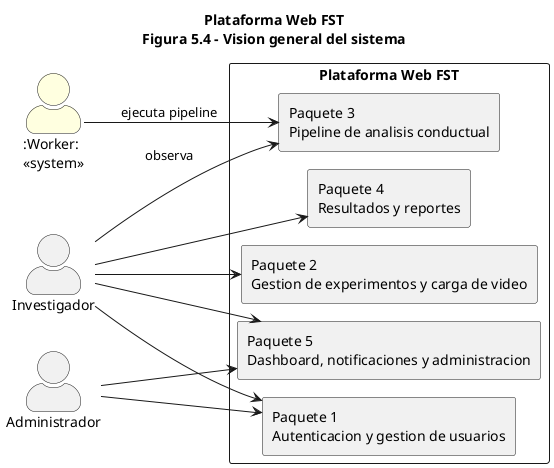
Before: figures/mermaid/cu_vision_general.png, a diagram exported from PlantUML (ErickJester/fst-ai-system-latex). Its diagram source:
```plantuml
@startuml
!pragma layout smetana
title Plataforma Web FST\nFigura 5.4 - Vision general del sistema
left to right direction
skinparam packageStyle rectangle
skinparam actorStyle awesome
skinparam usecase {
  BackgroundColor White
  BorderColor DarkSlateGray
}
actor "Investigador" as INV
actor "Administrador" as ADMIN
actor ":Worker:\n<<system>>" as WRK #LightYellow
rectangle "Plataforma Web FST" {
  rectangle "Paquete 1\nAutenticacion y gestion de usuarios" as P1
  rectangle "Paquete 2\nGestion de experimentos y carga de video" as P2
  rectangle "Paquete 3\nPipeline de analisis conductual" as P3
  rectangle "Paquete 4\nResultados y reportes" as P4
  rectangle "Paquete 5\nDashboard, notificaciones y administracion" as P5
}
INV --> P1
INV --> P2
INV --> P3 : observa
INV --> P4
INV --> P5
ADMIN --> P1
ADMIN --> P5
WRK --> P3 : ejecuta pipeline
@enduml
```
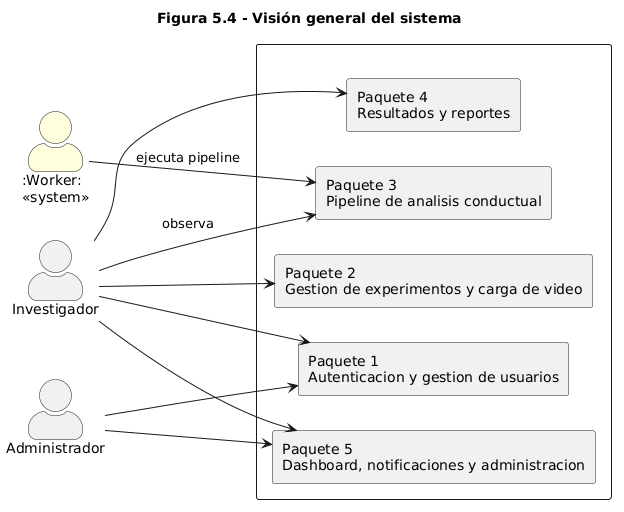
After the change.

The edit, as a diff of the source:
```diff
@@ -1,6 +1,6 @@
 @startuml
-!pragma layout smetana
-title Plataforma Web FST\nFigura 5.4 - Vision general del sistema
+title Figura 5.4 - Visión general del sistema
+
 left to right direction
 skinparam packageStyle rectangle
 skinparam actorStyle awesome
@@ -8,22 +8,27 @@
   BackgroundColor White
   BorderColor DarkSlateGray
 }
-actor "Investigador" as INV
-actor "Administrador" as ADMIN
+
+actor "Investigador\n" as INV
+actor "Administrador\n" as ADMIN
 actor ":Worker:\n<<system>>" as WRK #LightYellow
-rectangle "Plataforma Web FST" {
+
+rectangle " " {
   rectangle "Paquete 1\nAutenticacion y gestion de usuarios" as P1
   rectangle "Paquete 2\nGestion de experimentos y carga de video" as P2
   rectangle "Paquete 3\nPipeline de analisis conductual" as P3
   rectangle "Paquete 4\nResultados y reportes" as P4
   rectangle "Paquete 5\nDashboard, notificaciones y administracion" as P5
 }
-INV --> P1
-INV --> P2
-INV --> P3 : observa
-INV --> P4
-INV --> P5
+
+INV  --> P1
+INV  --> P2
+INV  --> P3 : observa
+INV  --> P4
+INV  --> P5
+
 ADMIN --> P1
 ADMIN --> P5
-WRK --> P3 : ejecuta pipeline
+
+WRK  --> P3 : ejecuta pipeline
 @enduml
```
